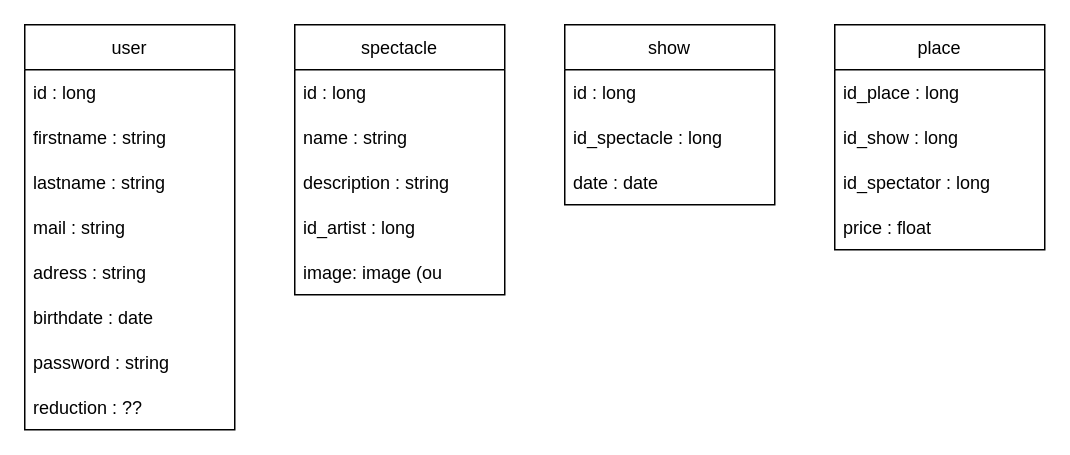
This is page "BDD" (7 of 7) of analyse/analyse.drawio from baptisteRiviere/SpectacleHallManagement, a draw.io file, before an edit. Source tidied: cells renumbered, new cells numbered last; positions are measured from the earlier drawing's top-left corner, leaving out a move shared by most shapes. Both pictures are drawn from the tidied source at 150%, with x=0, y=0 at pixel (24, 24).
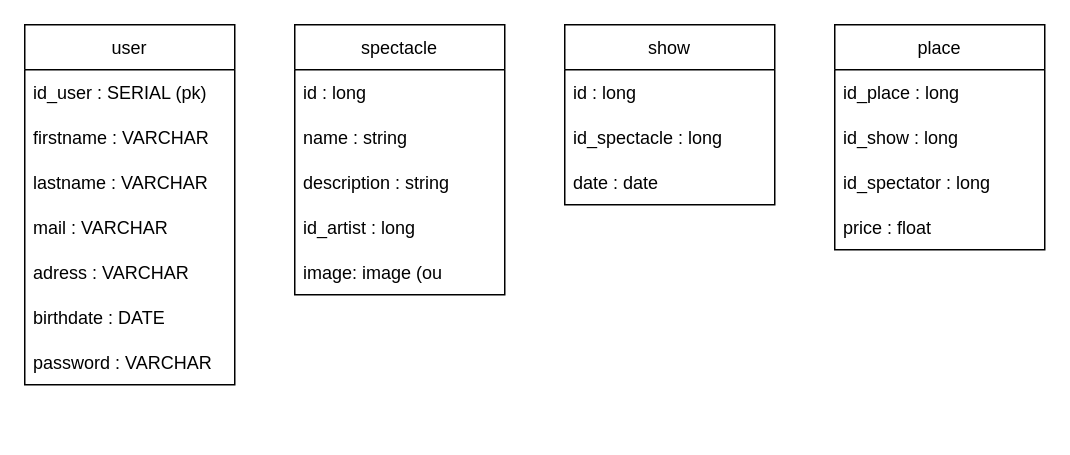
The same page after the edit.

Commit message:
Analyse : MAJ BDD user

What changed in the source:
```diff
@@
     <mxCell id="2" value="user" style="swimlane;fontStyle=0;horizontal=1;startSize=30;" parent="1" vertex="1">
-      <mxGeometry width="140" height="270" as="geometry" />
+      <mxGeometry width="140" height="240" as="geometry" />
     </mxCell>
-    <mxCell id="3" value="id : long" style="text;strokeColor=none;fillColor=none;align=left;verticalAlign=middle;spacingLeft=4;spacingRight=4;overflow=hidden;" parent="2" vertex="1">
+    <mxCell id="3" value="id_user : SERIAL (pk)" style="text;strokeColor=none;fillColor=none;align=left;verticalAlign=middle;spacingLeft=4;spacingRight=4;overflow=hidden;" parent="2" vertex="1">
       <mxGeometry y="30" width="140" height="30" as="geometry" />
     </mxCell>
-    <mxCell id="4" value="firstname : string" style="text;strokeColor=none;fillColor=none;align=left;verticalAlign=middle;spacingLeft=4;spacingRight=4;overflow=hidden;" parent="2" vertex="1">
+    <mxCell id="4" value="firstname : VARCHAR" style="text;strokeColor=none;fillColor=none;align=left;verticalAlign=middle;spacingLeft=4;spacingRight=4;overflow=hidden;" parent="2" vertex="1">
       <mxGeometry y="60" width="140" height="30" as="geometry" />
     </mxCell>
-    <mxCell id="5" value="lastname : string" style="text;strokeColor=none;fillColor=none;align=left;verticalAlign=middle;spacingLeft=4;spacingRight=4;overflow=hidden;" parent="2" vertex="1">
+    <mxCell id="5" value="lastname : VARCHAR" style="text;strokeColor=none;fillColor=none;align=left;verticalAlign=middle;spacingLeft=4;spacingRight=4;overflow=hidden;" parent="2" vertex="1">
       <mxGeometry y="90" width="140" height="30" as="geometry" />
     </mxCell>
-    <mxCell id="6" value="mail : string" style="text;strokeColor=none;fillColor=none;align=left;verticalAlign=middle;spacingLeft=4;spacingRight=4;overflow=hidden;" parent="2" vertex="1">
+    <mxCell id="6" value="mail : VARCHAR" style="text;strokeColor=none;fillColor=none;align=left;verticalAlign=middle;spacingLeft=4;spacingRight=4;overflow=hidden;" parent="2" vertex="1">
       <mxGeometry y="120" width="140" height="30" as="geometry" />
     </mxCell>
-    <mxCell id="7" value="adress : string" style="text;strokeColor=none;fillColor=none;align=left;verticalAlign=middle;spacingLeft=4;spacingRight=4;overflow=hidden;" parent="2" vertex="1">
+    <mxCell id="7" value="adress : VARCHAR" style="text;strokeColor=none;fillColor=none;align=left;verticalAlign=middle;spacingLeft=4;spacingRight=4;overflow=hidden;" parent="2" vertex="1">
       <mxGeometry y="150" width="140" height="30" as="geometry" />
     </mxCell>
-    <mxCell id="8" value="birthdate : date" style="text;strokeColor=none;fillColor=none;align=left;verticalAlign=middle;spacingLeft=4;spacingRight=4;overflow=hidden;" parent="2" vertex="1">
+    <mxCell id="8" value="birthdate : DATE" style="text;strokeColor=none;fillColor=none;align=left;verticalAlign=middle;spacingLeft=4;spacingRight=4;overflow=hidden;" parent="2" vertex="1">
       <mxGeometry y="180" width="140" height="30" as="geometry" />
     </mxCell>
-    <mxCell id="9" value="password : string" style="text;strokeColor=none;fillColor=none;align=left;verticalAlign=middle;spacingLeft=4;spacingRight=4;overflow=hidden;" parent="2" vertex="1">
+    <mxCell id="9" value="password : VARCHAR" style="text;strokeColor=none;fillColor=none;align=left;verticalAlign=middle;spacingLeft=4;spacingRight=4;overflow=hidden;" parent="2" vertex="1">
       <mxGeometry y="210" width="140" height="30" as="geometry" />
     </mxCell>
-    <mxCell id="10" value="reduction : ??" style="text;strokeColor=none;fillColor=none;align=left;verticalAlign=middle;spacingLeft=4;spacingRight=4;overflow=hidden;" parent="2" vertex="1">
-      <mxGeometry y="240" width="140" height="30" as="geometry" />
-    </mxCell>
```
